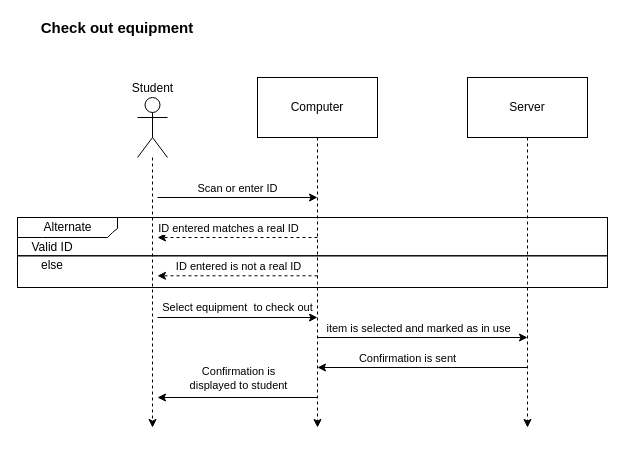
The draw.io diagram Student Sequence.drawio in tdavis422/SeniorProject, before the edit. Source tidied: cells renumbered, new cells numbered last; positions are measured from the earlier drawing's top-left corner, leaving out a move shared by most shapes. Both pictures are drawn from the tidied source at 100%, with x=0, y=0 at pixel (17, 17).
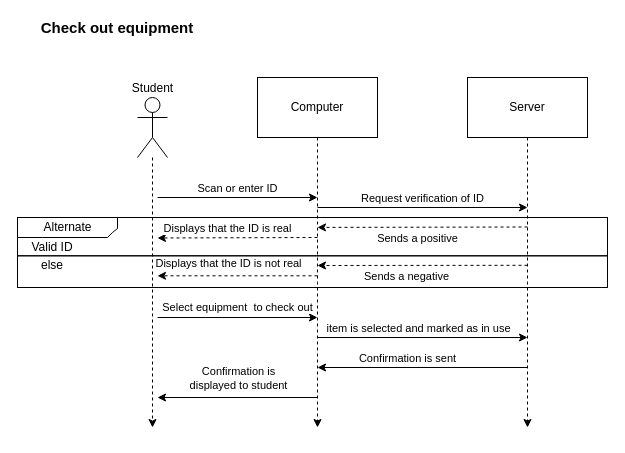
The same page after the edit.

The change refers to these unchanged cells:
```xml
<mxCell id="9" style="swimlane;html=1;startSize=0;horizontal=0;" parent="8" vertex="1">
  <mxGeometry width="590" height="38.3" as="geometry" />
</mxCell>
<mxCell id="12" style="swimlane;html=1;startSize=0;horizontal=0;" parent="8" vertex="1">
  <mxGeometry y="38.3" width="590" height="31.7" as="geometry" />
</mxCell>
<mxCell id="14" style="endArrow=classic;html=1;labelPosition=center;verticalLabelPosition=top;align=center;verticalAlign=bottom;dashed=1;" parent="12" edge="1">
  <mxGeometry relative="1" as="geometry">
    <mxPoint x="300" y="20" as="sourcePoint" />
    <mxPoint x="140" y="20" as="targetPoint" />
  </mxGeometry>
</mxCell>
```

The edit, as a diff of the source:
```diff
@@
+    <mxCell id="17" style="endArrow=classic;html=1;dashed=1;" parent="9" edge="1">
+      <mxGeometry relative="1" as="geometry">
+        <mxPoint x="300" y="20" as="sourcePoint" />
+        <mxPoint x="140" y="20.5" as="targetPoint" />
+      </mxGeometry>
+    </mxCell>
+    <mxCell id="18" value="Displays that the ID is real" style="edgeLabel;html=1;align=center;verticalAlign=middle;" parent="17" vertex="1">
+      <mxGeometry x="0.23" y="-1" relative="1" as="geometry">
+        <mxPoint x="8" y="-9" as="offset" />
+      </mxGeometry>
+    </mxCell>
+    <mxCell id="27" style="endArrow=classic;html=1;dashed=1;" parent="9" edge="1">
+      <mxGeometry relative="1" as="geometry">
+        <mxPoint x="510" y="9.5" as="sourcePoint" />
+        <mxPoint x="300" y="9.9" as="targetPoint" />
+      </mxGeometry>
+    </mxCell>
+    <mxCell id="28" value="Sends a positive" style="edgeLabel;html=1;align=center;verticalAlign=middle;" parent="27" vertex="1">
+      <mxGeometry x="0.23" y="-1" relative="1" as="geometry">
+        <mxPoint x="19" y="12.1" as="offset" />
+      </mxGeometry>
+    </mxCell>
@@
-    <mxCell id="15" value="ID entered is not a real ID" style="edgeLabel;html=1;align=center;verticalAlign=bottom;labelPosition=center;verticalLabelPosition=top;" parent="14" vertex="1">
+    <mxCell id="15" value="Displays that the ID is not real" style="edgeLabel;html=1;align=center;verticalAlign=bottom;labelPosition=center;verticalLabelPosition=top;" parent="14" vertex="1">
       <mxGeometry x="0.34" y="2" relative="1" as="geometry">
-        <mxPoint x="27" y="-3.7" as="offset" />
+        <mxPoint x="17" y="-6.1" as="offset" />
       </mxGeometry>
     </mxCell>
+    <mxCell id="29" style="endArrow=classic;html=1;dashed=1;" parent="12" edge="1">
+      <mxGeometry relative="1" as="geometry">
+        <mxPoint x="510" y="9.5" as="sourcePoint" />
+        <mxPoint x="300" y="9.7" as="targetPoint" />
+      </mxGeometry>
+    </mxCell>
+    <mxCell id="30" value="Sends a negative" style="edgeLabel;html=1;align=center;verticalAlign=middle;" parent="29" vertex="1">
+      <mxGeometry x="0.23" y="-1" relative="1" as="geometry">
+        <mxPoint x="8" y="11.2" as="offset" />
+      </mxGeometry>
+    </mxCell>
@@
-    <mxCell id="17" style="endArrow=classic;html=1;dashed=1;" parent="1" edge="1">
-      <mxGeometry relative="1" as="geometry">
-        <mxPoint x="300" y="220" as="sourcePoint" />
-        <mxPoint x="140" y="220" as="targetPoint" />
-      </mxGeometry>
-    </mxCell>
-    <mxCell id="18" value="ID entered matches a real ID" style="edgeLabel;html=1;align=center;verticalAlign=middle;" parent="17" vertex="1">
-      <mxGeometry x="0.23" y="-1" relative="1" as="geometry">
-        <mxPoint x="8" y="-9" as="offset" />
-      </mxGeometry>
-    </mxCell>
@@
+    <mxCell id="31" value="Request verification of ID" style="endArrow=classic;html=1;labelPosition=center;verticalLabelPosition=top;align=center;verticalAlign=bottom;" parent="1" edge="1">
+      <mxGeometry relative="1" as="geometry">
+        <mxPoint x="300" y="190" as="sourcePoint" />
+        <mxPoint x="510" y="190" as="targetPoint" />
+      </mxGeometry>
+    </mxCell>
```
